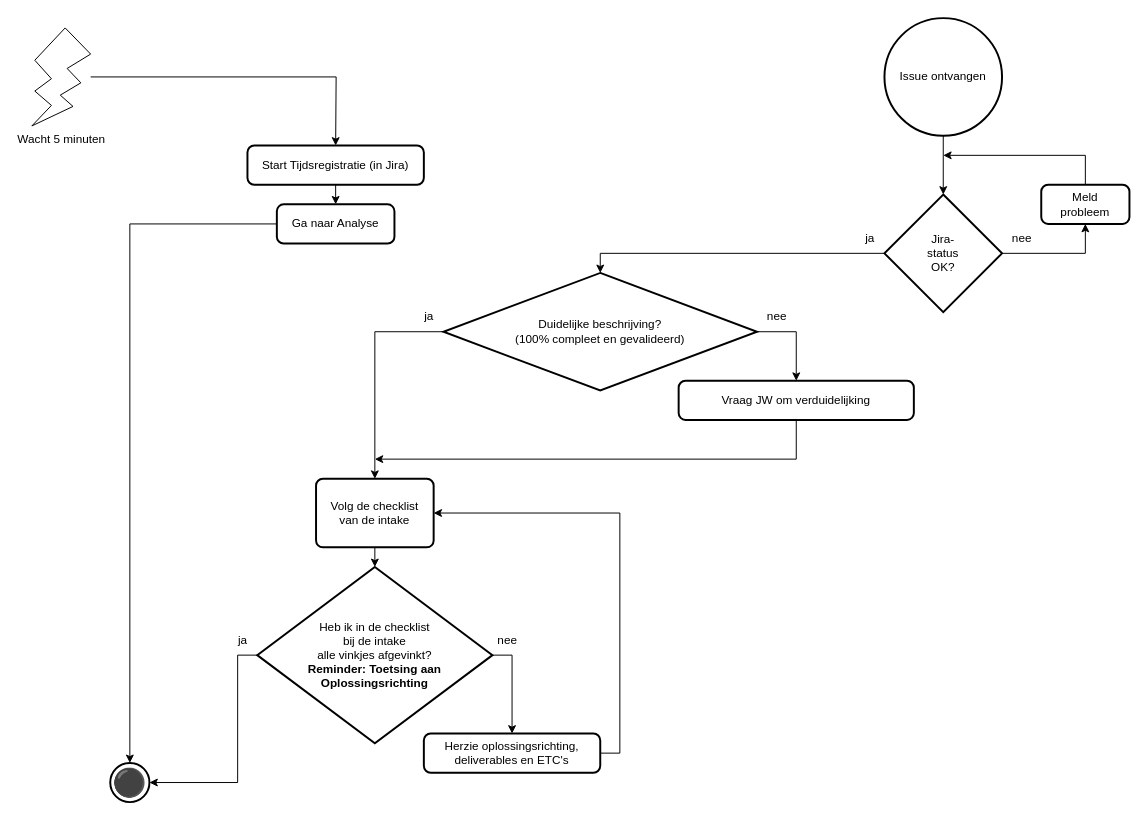
Zaibatsu89/IssueTracker keeps this draw.io diagram as 1 Issue Tracker intake.drawio. Above is the earlier version. Source tidied: cells renumbered, new cells numbered last; positions are measured from the earlier drawing's top-left corner, leaving out a move shared by most shapes. Both pictures are drawn from the tidied source at 98%, with x=0, y=0 at pixel (31, 18).
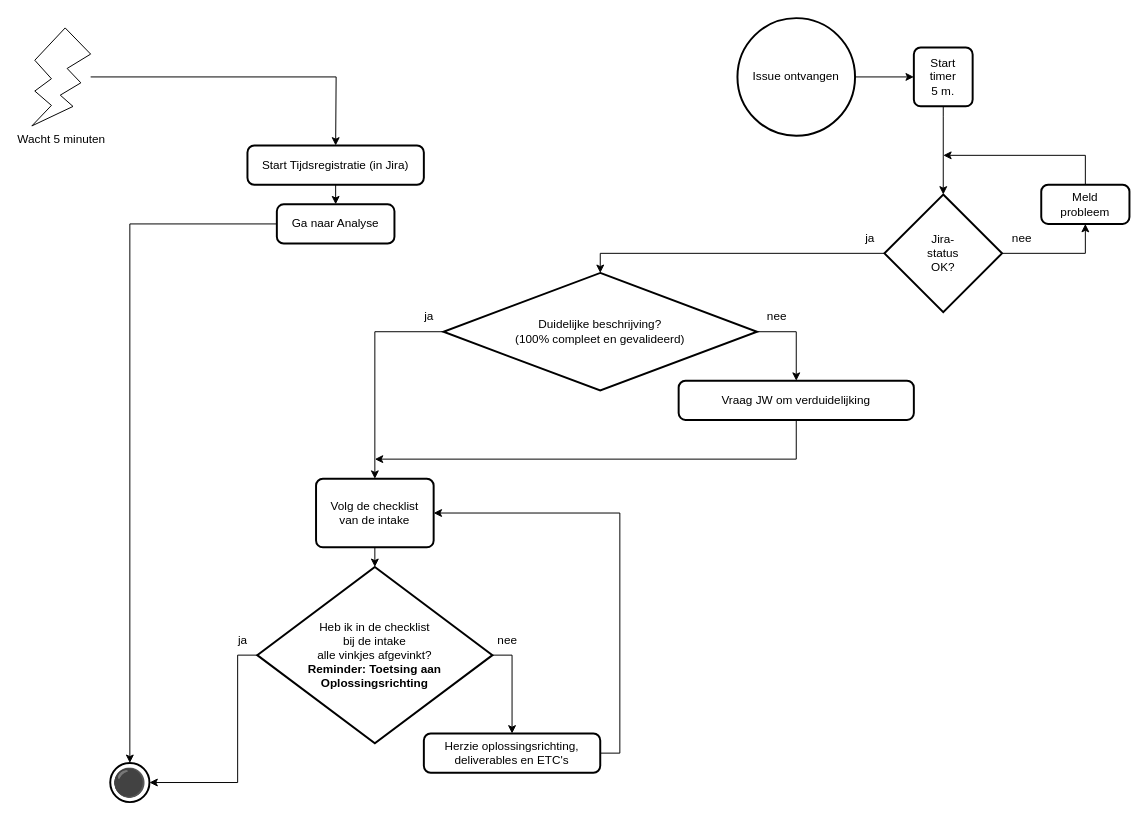
The same page after the edit.

Commit message:
Voeg "Start timer 5 m." toe na "Issue ontvangen" in intake flowchart

Unchanged cells that the change refers to:
```xml
<mxCell id="28" value="Jira-&lt;br&gt;status&lt;br&gt;OK?" style="strokeWidth=2;html=1;shape=mxgraph.flowchart.decision;whiteSpace=wrap;" parent="1" vertex="1">
  <mxGeometry x="870" y="180" width="120" height="120" as="geometry" />
</mxCell>
```

Diff of the diagram source:
```diff
@@
+    <mxCell id="35" style="edgeStyle=orthogonalEdgeStyle;rounded=0;jettySize=auto;html=1;exitX=1;exitY=0.5;exitDx=0;exitDy=0;exitPerimeter=0;entryX=0;entryY=0.5;entryDx=0;entryDy=0;" parent="1" edge="1" source="2" target="36">
+      <mxGeometry relative="1" as="geometry" />
+    </mxCell>
     <mxCell id="2" value="Issue ontvangen" style="strokeWidth=2;html=1;shape=mxgraph.flowchart.start_2;whiteSpace=wrap;" parent="1" vertex="1">
-      <mxGeometry x="870" width="120" height="120" as="geometry" />
+      <mxGeometry x="720" width="120" height="120" as="geometry" />
     </mxCell>
@@
-    <mxCell id="29" style="edgeStyle=orthogonalEdgeStyle;rounded=0;jettySize=auto;html=1;exitX=0.5;exitY=1;exitDx=0;exitDy=0;exitPerimeter=0;entryX=0.5;entryY=0;entryDx=0;entryDy=0;entryPerimeter=0;" parent="1" edge="1" source="2" target="28">
-      <mxGeometry relative="1" as="geometry" />
-    </mxCell>
@@
+    <mxCell id="36" value="Start&lt;br&gt;timer&lt;br&gt;5 m." style="rounded=1;whiteSpace=wrap;html=1;absoluteArcSize=1;arcSize=14;strokeWidth=2;" parent="1" vertex="1">
+      <mxGeometry x="900" y="30" width="60" height="60" as="geometry" />
+    </mxCell>
+    <mxCell id="37" style="edgeStyle=orthogonalEdgeStyle;rounded=0;jettySize=auto;html=1;exitX=0.5;exitY=1;exitDx=0;exitDy=0;entryX=0.5;entryY=0;entryDx=0;entryDy=0;entryPerimeter=0;" parent="1" edge="1" source="36" target="28">
+      <mxGeometry relative="1" as="geometry">
+        <Array as="points">
+          <mxPoint x="930" y="100" />
+          <mxPoint x="930" y="100" />
+        </Array>
+      </mxGeometry>
+    </mxCell>
```
